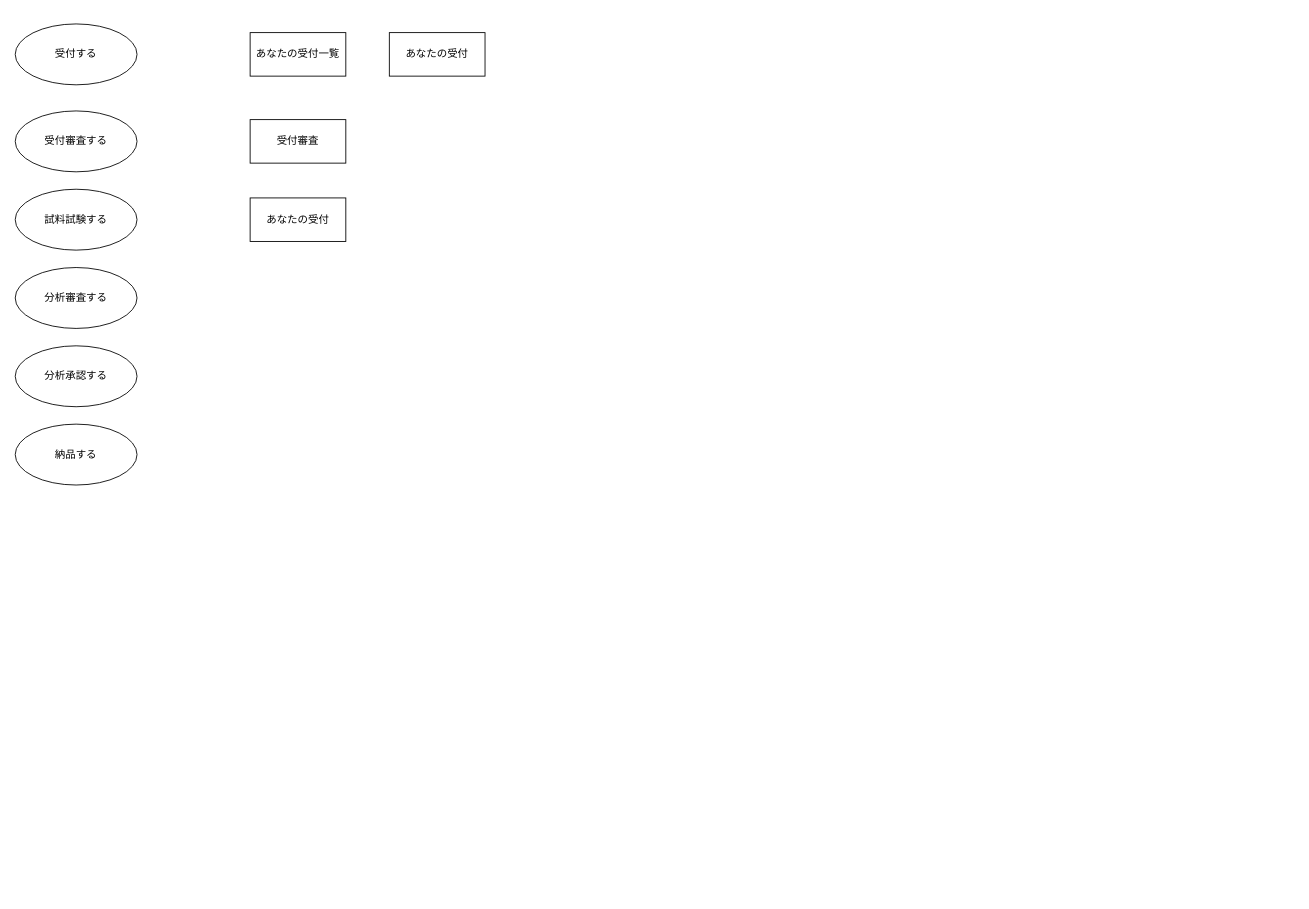
This is page "コンポーネント検討" (7 of 8) of NELAB.drawio from kaoru387/draw.io, a draw.io file, before an edit. Source tidied: cells renumbered, new cells numbered last; positions are measured from the earlier drawing's top-left corner, leaving out a move shared by most shapes. Both pictures are drawn from the tidied source at 87%, with x=0, y=0 at pixel (15, 23).
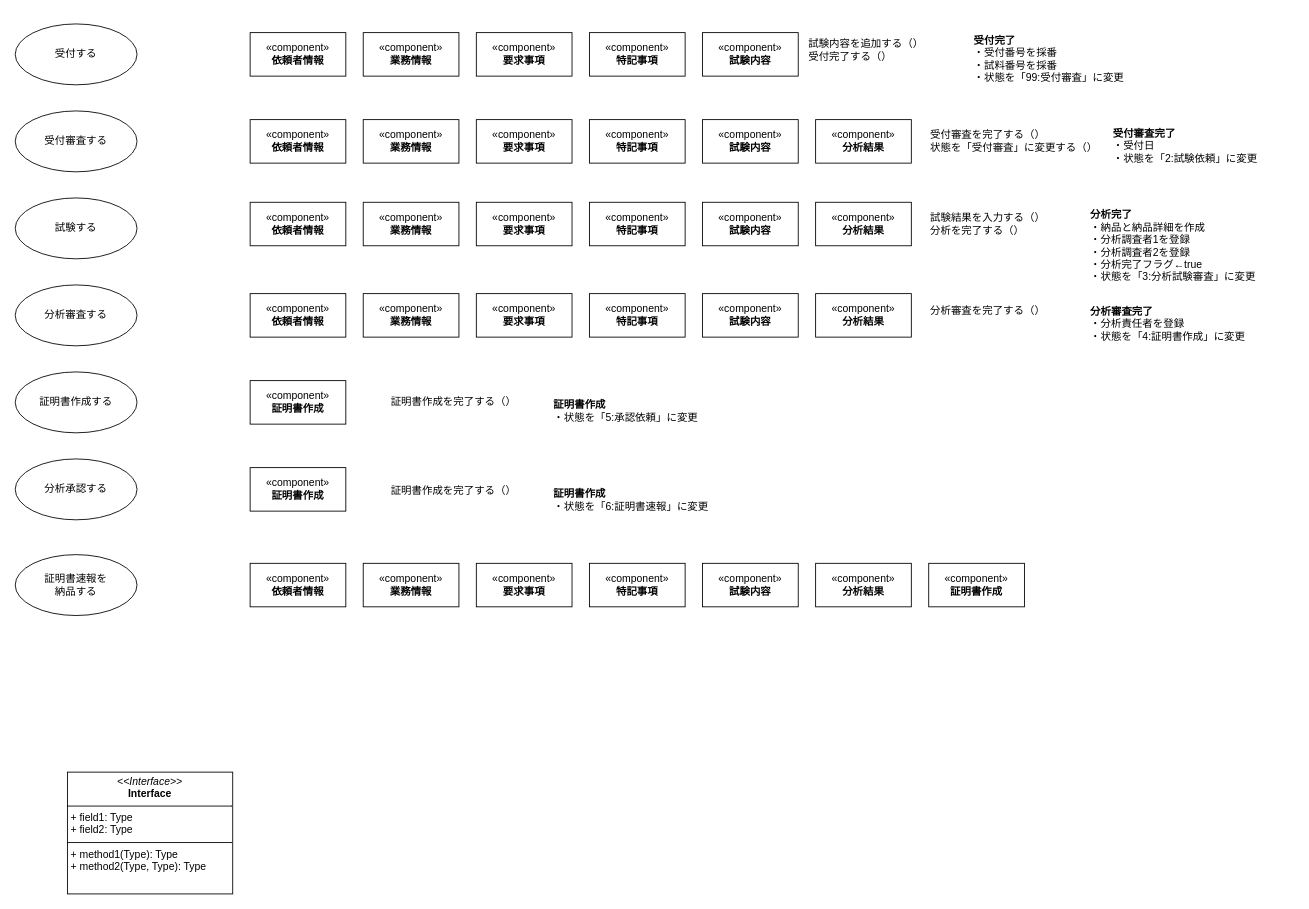
After the change.

Commit message:
NELAB.drawio を更新します

Change to the diagram source:
```diff
@@
-    <mxCell id="3" value="試料試験する" style="ellipse;whiteSpace=wrap;html=1;" parent="1" vertex="1">
-      <mxGeometry y="190" width="140" height="70" as="geometry" />
+    <mxCell id="3" value="試験する" style="ellipse;whiteSpace=wrap;html=1;" parent="1" vertex="1">
+      <mxGeometry y="200" width="140" height="70" as="geometry" />
     </mxCell>
     <mxCell id="4" value="分析審査する" style="ellipse;whiteSpace=wrap;html=1;" parent="1" vertex="1">
-      <mxGeometry y="280" width="140" height="70" as="geometry" />
+      <mxGeometry y="300" width="140" height="70" as="geometry" />
     </mxCell>
@@
     <mxCell id="6" value="&lt;div&gt;分析承認する&lt;/div&gt;" style="ellipse;whiteSpace=wrap;html=1;" parent="1" vertex="1">
-      <mxGeometry y="370" width="140" height="70" as="geometry" />
+      <mxGeometry y="500" width="140" height="70" as="geometry" />
     </mxCell>
-    <mxCell id="7" value="&lt;div&gt;納品する&lt;/div&gt;" style="ellipse;whiteSpace=wrap;html=1;" parent="1" vertex="1">
-      <mxGeometry y="460" width="140" height="70" as="geometry" />
+    <mxCell id="7" value="&lt;div&gt;証明書速報を&lt;/div&gt;&lt;div&gt;納品する&lt;/div&gt;" style="ellipse;whiteSpace=wrap;html=1;" parent="1" vertex="1">
+      <mxGeometry y="610" width="140" height="70" as="geometry" />
     </mxCell>
-    <mxCell id="8" value="あなたの受付一覧" style="html=1;whiteSpace=wrap;" parent="1" vertex="1">
-      <mxGeometry x="270" y="10" width="110" height="50" as="geometry" />
-    </mxCell>
-    <mxCell id="9" value="あなたの受付" style="html=1;whiteSpace=wrap;" parent="1" vertex="1">
-      <mxGeometry x="430" y="10" width="110" height="50" as="geometry" />
-    </mxCell>
-    <mxCell id="10" value="受付審査" style="html=1;whiteSpace=wrap;" parent="1" vertex="1">
-      <mxGeometry x="270" y="110" width="110" height="50" as="geometry" />
-    </mxCell>
-    <mxCell id="11" value="あなたの受付" style="html=1;whiteSpace=wrap;" parent="1" vertex="1">
-      <mxGeometry x="270" y="200" width="110" height="50" as="geometry" />
-    </mxCell>
+    <mxCell id="12" value="&lt;div&gt;&lt;b&gt;受付完了&lt;/b&gt;&lt;/div&gt;&lt;div&gt;・受付番号を採番&lt;/div&gt;&lt;div&gt;・試料番号を採番&lt;/div&gt;&lt;div&gt;&lt;span style=&quot;background-color: initial;&quot;&gt;・状態を&lt;/span&gt;「99&lt;span style=&quot;background-color: initial;&quot;&gt;:&lt;/span&gt;&lt;span style=&quot;background-color: initial;&quot;&gt;受付審査」に変更&lt;/span&gt;&lt;/div&gt;" style="text;html=1;align=left;verticalAlign=middle;whiteSpace=wrap;rounded=0;" parent="1" vertex="1">
+      <mxGeometry x="1100" width="210" height="80" as="geometry" />
+    </mxCell>
+    <mxCell id="13" value="«component»&lt;br&gt;&lt;b&gt;依頼者情報&lt;/b&gt;" style="html=1;whiteSpace=wrap;" parent="1" vertex="1">
+      <mxGeometry x="270" y="10" width="110" height="50" as="geometry" />
+    </mxCell>
+    <mxCell id="14" value="«component»&lt;br&gt;&lt;b&gt;業務情報&lt;/b&gt;" style="html=1;whiteSpace=wrap;" parent="1" vertex="1">
+      <mxGeometry x="400" y="10" width="110" height="50" as="geometry" />
+    </mxCell>
+    <mxCell id="15" value="«component»&lt;br&gt;&lt;b&gt;試験内容&lt;/b&gt;" style="html=1;whiteSpace=wrap;" parent="1" vertex="1">
+      <mxGeometry x="790" y="10" width="110" height="50" as="geometry" />
+    </mxCell>
+    <mxCell id="16" value="«component»&lt;br&gt;&lt;b&gt;要求事項&lt;/b&gt;" style="html=1;whiteSpace=wrap;" parent="1" vertex="1">
+      <mxGeometry x="530" y="10" width="110" height="50" as="geometry" />
+    </mxCell>
+    <mxCell id="17" value="«component»&lt;br&gt;&lt;b&gt;分析結果&lt;/b&gt;" style="html=1;whiteSpace=wrap;" parent="1" vertex="1">
+      <mxGeometry x="920" y="110" width="110" height="50" as="geometry" />
+    </mxCell>
+    <mxCell id="18" value="«component»&lt;br&gt;&lt;b&gt;特記事項&lt;/b&gt;" style="html=1;whiteSpace=wrap;" parent="1" vertex="1">
+      <mxGeometry x="660" y="10" width="110" height="50" as="geometry" />
+    </mxCell>
+    <mxCell id="19" value="&lt;p style=&quot;margin:0px;margin-top:4px;text-align:center;&quot;&gt;&lt;i&gt;&amp;lt;&amp;lt;Interface&amp;gt;&amp;gt;&lt;/i&gt;&lt;br/&gt;&lt;b&gt;Interface&lt;/b&gt;&lt;/p&gt;&lt;hr size=&quot;1&quot; style=&quot;border-style:solid;&quot;/&gt;&lt;p style=&quot;margin:0px;margin-left:4px;&quot;&gt;+ field1: Type&lt;br/&gt;+ field2: Type&lt;/p&gt;&lt;hr size=&quot;1&quot; style=&quot;border-style:solid;&quot;/&gt;&lt;p style=&quot;margin:0px;margin-left:4px;&quot;&gt;+ method1(Type): Type&lt;br/&gt;+ method2(Type, Type): Type&lt;/p&gt;" style="verticalAlign=top;align=left;overflow=fill;html=1;whiteSpace=wrap;" parent="1" vertex="1">
+      <mxGeometry x="60" y="860" width="190" height="140" as="geometry" />
+    </mxCell>
+    <mxCell id="20" value="«component»&lt;br&gt;&lt;b&gt;依頼者情報&lt;/b&gt;" style="html=1;whiteSpace=wrap;" parent="1" vertex="1">
+      <mxGeometry x="270" y="110" width="110" height="50" as="geometry" />
+    </mxCell>
+    <mxCell id="21" value="«component»&lt;br&gt;&lt;b&gt;業務情報&lt;/b&gt;" style="html=1;whiteSpace=wrap;" parent="1" vertex="1">
+      <mxGeometry x="400" y="110" width="110" height="50" as="geometry" />
+    </mxCell>
+    <mxCell id="22" value="«component»&lt;br&gt;&lt;b&gt;試験内容&lt;/b&gt;" style="html=1;whiteSpace=wrap;" parent="1" vertex="1">
+      <mxGeometry x="790" y="110" width="110" height="50" as="geometry" />
+    </mxCell>
+    <mxCell id="23" value="«component»&lt;br&gt;&lt;b&gt;要求事項&lt;/b&gt;" style="html=1;whiteSpace=wrap;" parent="1" vertex="1">
+      <mxGeometry x="530" y="110" width="110" height="50" as="geometry" />
+    </mxCell>
+    <mxCell id="24" value="«component»&lt;br&gt;&lt;b&gt;特記事項&lt;/b&gt;" style="html=1;whiteSpace=wrap;" parent="1" vertex="1">
+      <mxGeometry x="660" y="110" width="110" height="50" as="geometry" />
+    </mxCell>
+    <mxCell id="25" value="«component»&lt;br&gt;&lt;b&gt;分析結果&lt;/b&gt;" style="html=1;whiteSpace=wrap;" parent="1" vertex="1">
+      <mxGeometry x="920" y="310" width="110" height="50" as="geometry" />
+    </mxCell>
+    <mxCell id="26" value="«component»&lt;br&gt;&lt;b&gt;依頼者情報&lt;/b&gt;" style="html=1;whiteSpace=wrap;" parent="1" vertex="1">
+      <mxGeometry x="270" y="310" width="110" height="50" as="geometry" />
+    </mxCell>
+    <mxCell id="27" value="«component»&lt;br&gt;&lt;b&gt;業務情報&lt;/b&gt;" style="html=1;whiteSpace=wrap;" parent="1" vertex="1">
+      <mxGeometry x="400" y="310" width="110" height="50" as="geometry" />
+    </mxCell>
+    <mxCell id="28" value="«component»&lt;br&gt;&lt;b&gt;試験内容&lt;/b&gt;" style="html=1;whiteSpace=wrap;" parent="1" vertex="1">
+      <mxGeometry x="790" y="310" width="110" height="50" as="geometry" />
+    </mxCell>
+    <mxCell id="29" value="«component»&lt;br&gt;&lt;b&gt;要求事項&lt;/b&gt;" style="html=1;whiteSpace=wrap;" parent="1" vertex="1">
+      <mxGeometry x="530" y="310" width="110" height="50" as="geometry" />
+    </mxCell>
+    <mxCell id="30" value="«component»&lt;br&gt;&lt;b&gt;特記事項&lt;/b&gt;" style="html=1;whiteSpace=wrap;" parent="1" vertex="1">
+      <mxGeometry x="660" y="310" width="110" height="50" as="geometry" />
+    </mxCell>
+    <mxCell id="31" value="&lt;div&gt;&lt;span style=&quot;background-color: initial;&quot;&gt;受付審査を完了する（）&lt;/span&gt;&lt;br&gt;&lt;/div&gt;&lt;div&gt;&lt;span style=&quot;background-color: initial;&quot;&gt;状態を&lt;/span&gt;&lt;span style=&quot;background-color: initial;&quot;&gt;「受付審査」に変更する（）&lt;/span&gt;&lt;br&gt;&lt;/div&gt;" style="text;html=1;align=left;verticalAlign=middle;whiteSpace=wrap;rounded=0;" parent="1" vertex="1">
+      <mxGeometry x="1050" y="95" width="210" height="80" as="geometry" />
+    </mxCell>
+    <mxCell id="32" value="«component»&lt;br&gt;&lt;b&gt;分析結果&lt;/b&gt;" style="html=1;whiteSpace=wrap;" parent="1" vertex="1">
+      <mxGeometry x="920" y="205" width="110" height="50" as="geometry" />
+    </mxCell>
+    <mxCell id="33" value="«component»&lt;br&gt;&lt;b&gt;依頼者情報&lt;/b&gt;" style="html=1;whiteSpace=wrap;" parent="1" vertex="1">
+      <mxGeometry x="270" y="205" width="110" height="50" as="geometry" />
+    </mxCell>
+    <mxCell id="34" value="«component»&lt;br&gt;&lt;b&gt;業務情報&lt;/b&gt;" style="html=1;whiteSpace=wrap;" parent="1" vertex="1">
+      <mxGeometry x="400" y="205" width="110" height="50" as="geometry" />
+    </mxCell>
+    <mxCell id="35" value="«component»&lt;br&gt;&lt;b&gt;試験内容&lt;/b&gt;" style="html=1;whiteSpace=wrap;" parent="1" vertex="1">
+      <mxGeometry x="790" y="205" width="110" height="50" as="geometry" />
+    </mxCell>
+    <mxCell id="36" value="«component»&lt;br&gt;&lt;b&gt;要求事項&lt;/b&gt;" style="html=1;whiteSpace=wrap;" parent="1" vertex="1">
+      <mxGeometry x="530" y="205" width="110" height="50" as="geometry" />
+    </mxCell>
+    <mxCell id="37" value="«component»&lt;br&gt;&lt;b&gt;特記事項&lt;/b&gt;" style="html=1;whiteSpace=wrap;" parent="1" vertex="1">
+      <mxGeometry x="660" y="205" width="110" height="50" as="geometry" />
+    </mxCell>
+    <mxCell id="38" value="&lt;div&gt;&lt;span style=&quot;background-color: initial;&quot;&gt;試験結果を入力する（）&lt;/span&gt;&lt;/div&gt;&lt;div&gt;&lt;span style=&quot;background-color: initial;&quot;&gt;分析を完了する（）&lt;/span&gt;&lt;/div&gt;" style="text;html=1;align=left;verticalAlign=middle;whiteSpace=wrap;rounded=0;" parent="1" vertex="1">
+      <mxGeometry x="1050" y="200" width="170" height="60" as="geometry" />
+    </mxCell>
+    <mxCell id="39" value="&lt;div&gt;&lt;span style=&quot;background-color: initial;&quot;&gt;試験内容を追加する（）&lt;/span&gt;&lt;/div&gt;&lt;div&gt;&lt;span style=&quot;background-color: initial;&quot;&gt;受付完了する（）&lt;/span&gt;&lt;/div&gt;" style="text;html=1;align=left;verticalAlign=middle;whiteSpace=wrap;rounded=0;" parent="1" vertex="1">
+      <mxGeometry x="910" y="-10" width="210" height="80" as="geometry" />
+    </mxCell>
+    <mxCell id="40" value="&lt;div&gt;&lt;b&gt;受付審査完了&lt;/b&gt;&lt;/div&gt;&lt;div&gt;・受付日&lt;/div&gt;&lt;div&gt;&lt;span style=&quot;background-color: initial;&quot;&gt;・状態を&lt;/span&gt;「&lt;span style=&quot;background-color: initial;&quot;&gt;2:&lt;/span&gt;&lt;span style=&quot;background-color: initial;&quot;&gt;試験依頼」に変更&lt;/span&gt;&lt;/div&gt;" style="text;html=1;align=left;verticalAlign=middle;whiteSpace=wrap;rounded=0;" parent="1" vertex="1">
+      <mxGeometry x="1260" y="100" width="210" height="80" as="geometry" />
+    </mxCell>
+    <mxCell id="41" value="&lt;div&gt;&lt;b&gt;分析完了&lt;/b&gt;&lt;/div&gt;&lt;div&gt;・納品と納品詳細を作成&lt;/div&gt;&lt;div&gt;・分析調査者1を登録&lt;/div&gt;&lt;div&gt;・分析調査者2を登録&lt;br&gt;&lt;/div&gt;&lt;div&gt;・分析完了フラグ←true&lt;/div&gt;&lt;div&gt;&lt;span style=&quot;background-color: initial;&quot;&gt;・状態を&lt;/span&gt;「3:分析試験審査」に変更&lt;/div&gt;" style="text;html=1;align=left;verticalAlign=middle;whiteSpace=wrap;rounded=0;" parent="1" vertex="1">
+      <mxGeometry x="1234" y="200" width="210" height="110" as="geometry" />
+    </mxCell>
+    <mxCell id="42" value="&lt;div&gt;&lt;span style=&quot;background-color: initial;&quot;&gt;分析審査を完了する（）&lt;/span&gt;&lt;/div&gt;" style="text;html=1;align=left;verticalAlign=middle;whiteSpace=wrap;rounded=0;" parent="1" vertex="1">
+      <mxGeometry x="1050" y="300" width="170" height="60" as="geometry" />
+    </mxCell>
+    <mxCell id="43" value="&lt;div&gt;&lt;b&gt;分析審査完了&lt;/b&gt;&lt;/div&gt;&lt;div&gt;・分析責任者を登録&lt;/div&gt;&lt;div&gt;&lt;span style=&quot;background-color: initial;&quot;&gt;・状態を&lt;/span&gt;「4:証明書作成」に変更&lt;/div&gt;" style="text;html=1;align=left;verticalAlign=middle;whiteSpace=wrap;rounded=0;" parent="1" vertex="1">
+      <mxGeometry x="1234" y="310" width="210" height="70" as="geometry" />
+    </mxCell>
+    <mxCell id="44" value="«component»&lt;br&gt;&lt;b&gt;証明書作成&lt;/b&gt;" style="html=1;whiteSpace=wrap;" parent="1" vertex="1">
+      <mxGeometry x="270" y="410" width="110" height="50" as="geometry" />
+    </mxCell>
+    <mxCell id="45" value="&lt;div&gt;&lt;span style=&quot;background-color: initial;&quot;&gt;証明書作成を完了する（）&lt;/span&gt;&lt;/div&gt;" style="text;html=1;align=left;verticalAlign=middle;whiteSpace=wrap;rounded=0;" parent="1" vertex="1">
+      <mxGeometry x="430" y="405" width="170" height="60" as="geometry" />
+    </mxCell>
+    <mxCell id="46" value="証明書作成する" style="ellipse;whiteSpace=wrap;html=1;" parent="1" vertex="1">
+      <mxGeometry y="400" width="140" height="70" as="geometry" />
+    </mxCell>
+    <mxCell id="47" value="&lt;div&gt;&lt;b&gt;証明書作成&lt;/b&gt;&lt;/div&gt;&lt;div&gt;&lt;span style=&quot;background-color: initial;&quot;&gt;・状態を&lt;/span&gt;「5:承認依頼」に変更&lt;/div&gt;" style="text;html=1;align=left;verticalAlign=middle;whiteSpace=wrap;rounded=0;" parent="1" vertex="1">
+      <mxGeometry x="617" y="410" width="210" height="70" as="geometry" />
+    </mxCell>
+    <mxCell id="48" value="«component»&lt;br&gt;&lt;b&gt;証明書作成&lt;/b&gt;" style="html=1;whiteSpace=wrap;" parent="1" vertex="1">
+      <mxGeometry x="270" y="510" width="110" height="50" as="geometry" />
+    </mxCell>
+    <mxCell id="49" value="&lt;div&gt;&lt;span style=&quot;background-color: initial;&quot;&gt;証明書作成を完了する（）&lt;/span&gt;&lt;/div&gt;" style="text;html=1;align=left;verticalAlign=middle;whiteSpace=wrap;rounded=0;" parent="1" vertex="1">
+      <mxGeometry x="430" y="507" width="170" height="60" as="geometry" />
+    </mxCell>
+    <mxCell id="50" value="&lt;div&gt;&lt;b&gt;証明書作成&lt;/b&gt;&lt;/div&gt;&lt;div&gt;&lt;span style=&quot;background-color: initial;&quot;&gt;・状態を&lt;/span&gt;「6:証明書速報」に変更&lt;/div&gt;" style="text;html=1;align=left;verticalAlign=middle;whiteSpace=wrap;rounded=0;" parent="1" vertex="1">
+      <mxGeometry x="617" y="512" width="210" height="70" as="geometry" />
+    </mxCell>
+    <mxCell id="51" value="«component»&lt;br&gt;&lt;b&gt;分析結果&lt;/b&gt;" style="html=1;whiteSpace=wrap;" parent="1" vertex="1">
+      <mxGeometry x="920" y="620" width="110" height="50" as="geometry" />
+    </mxCell>
+    <mxCell id="52" value="«component»&lt;br&gt;&lt;b&gt;依頼者情報&lt;/b&gt;" style="html=1;whiteSpace=wrap;" parent="1" vertex="1">
+      <mxGeometry x="270" y="620" width="110" height="50" as="geometry" />
+    </mxCell>
+    <mxCell id="53" value="«component»&lt;br&gt;&lt;b&gt;業務情報&lt;/b&gt;" style="html=1;whiteSpace=wrap;" parent="1" vertex="1">
+      <mxGeometry x="400" y="620" width="110" height="50" as="geometry" />
+    </mxCell>
+    <mxCell id="54" value="«component»&lt;br&gt;&lt;b&gt;試験内容&lt;/b&gt;" style="html=1;whiteSpace=wrap;" parent="1" vertex="1">
+      <mxGeometry x="790" y="620" width="110" height="50" as="geometry" />
+    </mxCell>
+    <mxCell id="55" value="«component»&lt;br&gt;&lt;b&gt;要求事項&lt;/b&gt;" style="html=1;whiteSpace=wrap;" parent="1" vertex="1">
+      <mxGeometry x="530" y="620" width="110" height="50" as="geometry" />
+    </mxCell>
+    <mxCell id="56" value="«component»&lt;br&gt;&lt;b&gt;特記事項&lt;/b&gt;" style="html=1;whiteSpace=wrap;" parent="1" vertex="1">
+      <mxGeometry x="660" y="620" width="110" height="50" as="geometry" />
+    </mxCell>
+    <mxCell id="57" value="«component»&lt;br&gt;&lt;b&gt;証明書作成&lt;/b&gt;" style="html=1;whiteSpace=wrap;" parent="1" vertex="1">
+      <mxGeometry x="1050" y="620" width="110" height="50" as="geometry" />
+    </mxCell>
```
